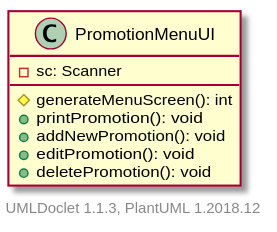
Before: projects/oodp/html/umlversion/uml/sg.edu.ntu.scse.cz2002.ui.PromotionMenuUI.svg, a diagram exported from PlantUML (itachi1706/How-to-use-Git-NTUSCSE1819-Site).
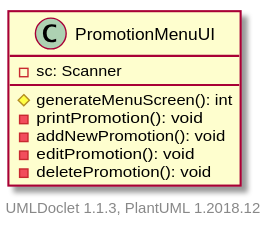
The same file after the commit.

What changed in the source:
```diff
@@ -3,10 +3,10 @@
     class PromotionMenuUI [[../sg/edu/ntu/scse/cz2002/ui/PromotionMenuUI.html]] {
         -sc: Scanner
         #generateMenuScreen(): int
-        +printPromotion(): void
-        +addNewPromotion(): void
-        +editPromotion(): void
-        +deletePromotion(): void
+        -printPromotion(): void
+        -addNewPromotion(): void
+        -editPromotion(): void
+        -deletePromotion(): void
     }
 
 
```
